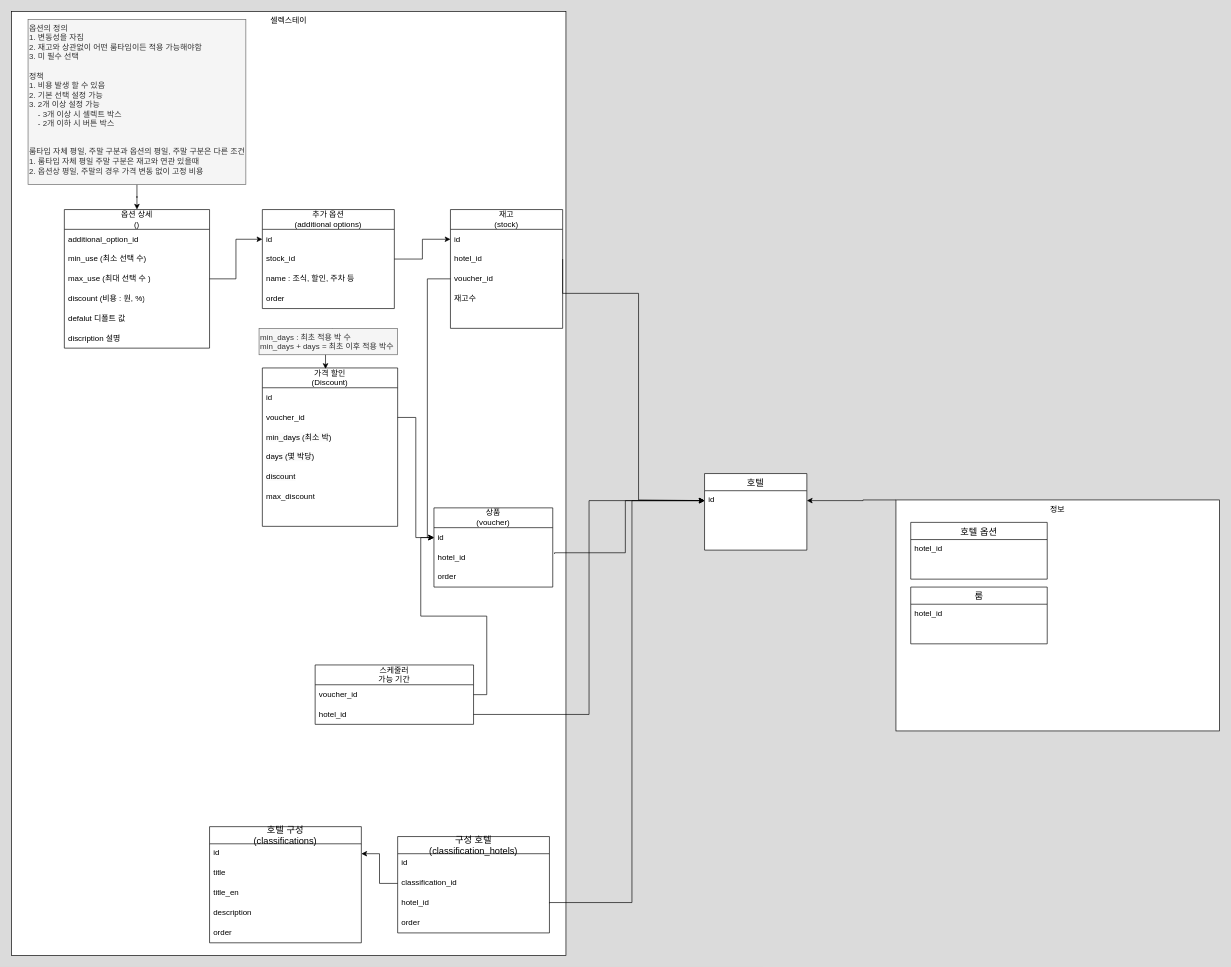
Earlier version of the draw.io diagram 1.drawio (zuiderzee7/draw). Source tidied: cells renumbered, new cells numbered last; positions are measured from the earlier drawing's top-left corner, leaving out a move shared by most shapes. Both pictures are drawn from the tidied source at 66%, with x=0, y=0 at pixel (11, 11).
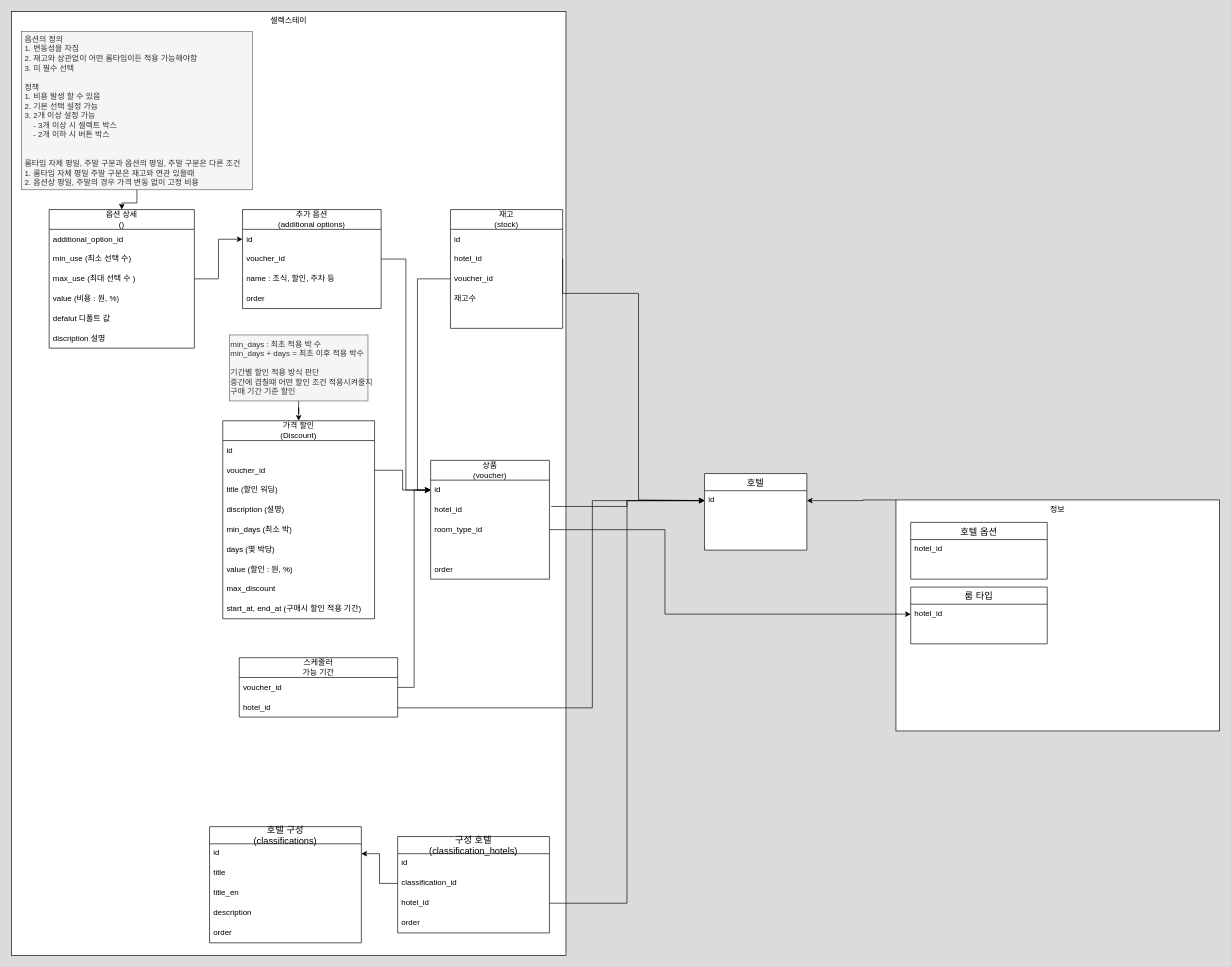
The same diagram, later.

Unchanged cells that the change refers to:
```xml
<mxCell id="4" value="id" style="text;strokeColor=none;fillColor=none;spacingLeft=4;spacingRight=4;overflow=hidden;points=[[0,0.5],[1,0.5]];portConstraint=eastwest;fontSize=12;" parent="3" vertex="1">
  <mxGeometry y="26" width="155" height="30" as="geometry" />
</mxCell>
<mxCell id="16" value="hotel_id" style="text;strokeColor=none;fillColor=none;spacingLeft=4;spacingRight=4;overflow=hidden;points=[[0,0.5],[1,0.5]];portConstraint=eastwest;fontSize=12;" parent="13" vertex="1">
  <mxGeometry y="86" width="230" height="30" as="geometry" />
</mxCell>
<mxCell id="27" value="id" style="text;strokeColor=none;fillColor=none;align=left;verticalAlign=middle;spacingLeft=4;spacingRight=4;overflow=hidden;points=[[0,0.5],[1,0.5]];portConstraint=eastwest;whiteSpace=wrap;html=1;" parent="26" vertex="1">
  <mxGeometry y="30" width="180" height="30" as="geometry" />
</mxCell>
<mxCell id="28" value="hotel_id" style="text;strokeColor=none;fillColor=none;align=left;verticalAlign=middle;spacingLeft=4;spacingRight=4;overflow=hidden;points=[[0,0.5],[1,0.5]];portConstraint=eastwest;whiteSpace=wrap;html=1;" parent="26" vertex="1">
  <mxGeometry y="60" width="180" height="30" as="geometry" />
</mxCell>
<mxCell id="40" value="id" style="text;strokeColor=none;fillColor=none;align=left;verticalAlign=middle;spacingLeft=4;spacingRight=4;overflow=hidden;points=[[0,0.5],[1,0.5]];portConstraint=eastwest;whiteSpace=wrap;html=1;" parent="39" vertex="1">
  <mxGeometry y="30" width="170" height="30" as="geometry" />
</mxCell>
<mxCell id="42" value="voucher_id" style="text;strokeColor=none;fillColor=none;align=left;verticalAlign=middle;spacingLeft=4;spacingRight=4;overflow=hidden;points=[[0,0.5],[1,0.5]];portConstraint=eastwest;whiteSpace=wrap;html=1;" parent="39" vertex="1">
  <mxGeometry y="90" width="170" height="30" as="geometry" />
</mxCell>
<mxCell id="50" style="group;" parent="1" vertex="1">
  <mxGeometry x="1362.4" y="872" width="206.8" height="86" as="geometry" />
</mxCell>
<mxCell id="52" value="hotel_id" style="text;strokeColor=none;fillColor=none;spacingLeft=4;spacingRight=4;overflow=hidden;points=[[0,0.5],[1,0.5]];portConstraint=eastwest;fontSize=12;" parent="50" vertex="1">
  <mxGeometry y="26" width="206.8" height="30" as="geometry" />
</mxCell>
<mxCell id="71" value="hotel_id" style="text;strokeColor=none;fillColor=none;align=left;verticalAlign=middle;spacingLeft=4;spacingRight=4;overflow=hidden;points=[[0,0.5],[1,0.5]];portConstraint=eastwest;whiteSpace=wrap;html=1;" parent="69" vertex="1">
  <mxGeometry y="60" width="240" height="30" as="geometry" />
</mxCell>
```

The edit, as a diff of the source:
```diff
@@
     <mxCell id="19" style="edgeStyle=orthogonalEdgeStyle;rounded=0;jettySize=auto;html=1;exitX=1;exitY=0.5;exitDx=0;exitDy=0;" parent="1" edge="1" source="16" target="4">
-      <mxGeometry relative="1" as="geometry">
-        <Array as="points">
-          <mxPoint x="815" y="1350" />
-          <mxPoint x="940" y="1350" />
-          <mxPoint x="940" y="741" />
-        </Array>
-      </mxGeometry>
+      <mxGeometry relative="1" as="geometry" />
     </mxCell>
@@
     <mxCell id="21" value="추가 옵션&lt;br&gt;(additional options)" style="swimlane;fontStyle=0;horizontal=1;startSize=30;whiteSpace=wrap;html=1;" parent="1" vertex="1">
-      <mxGeometry x="380" y="300" width="200" height="150" as="geometry" />
+      <mxGeometry x="350" y="300" width="210" height="150" as="geometry" />
     </mxCell>
     <mxCell id="22" value="id" style="text;strokeColor=none;fillColor=none;align=left;verticalAlign=middle;spacingLeft=4;spacingRight=4;overflow=hidden;points=[[0,0.5],[1,0.5]];portConstraint=eastwest;whiteSpace=wrap;html=1;" parent="21" vertex="1">
-      <mxGeometry y="30" width="200" height="30" as="geometry" />
+      <mxGeometry y="30" width="210" height="30" as="geometry" />
     </mxCell>
-    <mxCell id="23" value="stock_id" style="text;strokeColor=none;fillColor=none;align=left;verticalAlign=middle;spacingLeft=4;spacingRight=4;overflow=hidden;points=[[0,0.5],[1,0.5]];portConstraint=eastwest;whiteSpace=wrap;html=1;" parent="21" vertex="1">
-      <mxGeometry y="60" width="200" height="30" as="geometry" />
+    <mxCell id="23" value="voucher_id" style="text;strokeColor=none;fillColor=none;align=left;verticalAlign=middle;spacingLeft=4;spacingRight=4;overflow=hidden;points=[[0,0.5],[1,0.5]];portConstraint=eastwest;whiteSpace=wrap;html=1;" parent="21" vertex="1">
+      <mxGeometry y="60" width="210" height="30" as="geometry" />
     </mxCell>
     <mxCell id="24" value="name : 조식, 할인, 주차 등" style="text;strokeColor=none;fillColor=none;align=left;verticalAlign=middle;spacingLeft=4;spacingRight=4;overflow=hidden;whiteSpace=wrap;html=1;" parent="21" vertex="1">
-      <mxGeometry y="90" width="200" height="30" as="geometry" />
+      <mxGeometry y="90" width="210" height="30" as="geometry" />
     </mxCell>
     <mxCell id="25" value="order" style="text;strokeColor=none;fillColor=none;align=left;verticalAlign=middle;spacingLeft=4;spacingRight=4;overflow=hidden;whiteSpace=wrap;html=1;" parent="21" vertex="1">
-      <mxGeometry y="120" width="200" height="30" as="geometry" />
+      <mxGeometry y="120" width="210" height="30" as="geometry" />
     </mxCell>
     <mxCell id="26" value="상품&lt;br&gt;(voucher)" style="swimlane;fontStyle=0;horizontal=1;startSize=30;whiteSpace=wrap;html=1;" parent="1" vertex="1">
-      <mxGeometry x="640" y="752" width="180" height="120" as="geometry" />
+      <mxGeometry x="635" y="680" width="180" height="180" as="geometry" />
     </mxCell>
@@
+    <mxCell id="74" value="room_type_id" style="text;strokeColor=none;fillColor=none;align=left;verticalAlign=middle;spacingLeft=4;spacingRight=4;overflow=hidden;points=[[0,0.5],[1,0.5]];portConstraint=eastwest;whiteSpace=wrap;html=1;" parent="26" vertex="1">
+      <mxGeometry y="90" width="180" height="30" as="geometry" />
+    </mxCell>
+    <mxCell id="75" style="text;strokeColor=none;fillColor=none;align=left;verticalAlign=middle;spacingLeft=4;spacingRight=4;overflow=hidden;whiteSpace=wrap;html=1;" parent="26" vertex="1">
+      <mxGeometry y="120" width="180" height="30" as="geometry" />
+    </mxCell>
     <mxCell id="29" value="order" style="text;strokeColor=none;fillColor=none;align=left;verticalAlign=middle;spacingLeft=4;spacingRight=4;overflow=hidden;whiteSpace=wrap;html=1;" parent="26" vertex="1">
-      <mxGeometry y="90" width="180" height="30" as="geometry" />
+      <mxGeometry y="150" width="180" height="30" as="geometry" />
     </mxCell>
     <mxCell id="30" style="edgeStyle=orthogonalEdgeStyle;rounded=0;jettySize=auto;html=1;entryX=0;entryY=0.5;entryDx=0;entryDy=0;exitX=1.015;exitY=0.329;exitDx=0;exitDy=0;exitPerimeter=0;" parent="1" edge="1" source="28" target="4">
-      <mxGeometry relative="1" as="geometry">
-        <Array as="points">
-          <mxPoint x="823" y="820" />
-          <mxPoint x="930" y="820" />
-          <mxPoint x="930" y="741" />
-        </Array>
-      </mxGeometry>
+      <mxGeometry relative="1" as="geometry" />
     </mxCell>
@@
     <mxCell id="32" value="옵션 상세&lt;br&gt;()" style="swimlane;fontStyle=0;horizontal=1;startSize=30;whiteSpace=wrap;html=1;" parent="1" vertex="1">
-      <mxGeometry x="80" y="300" width="220" height="210" as="geometry" />
+      <mxGeometry x="57" y="300" width="220" height="210" as="geometry" />
     </mxCell>
@@
-    <mxCell id="36" value="discount (비용 : 원, %)" style="text;strokeColor=none;fillColor=none;align=left;verticalAlign=middle;spacingLeft=4;spacingRight=4;overflow=hidden;whiteSpace=wrap;html=1;" parent="32" vertex="1">
+    <mxCell id="36" value="value (비용 : 원, %)" style="text;strokeColor=none;fillColor=none;align=left;verticalAlign=middle;spacingLeft=4;spacingRight=4;overflow=hidden;whiteSpace=wrap;html=1;" parent="32" vertex="1">
       <mxGeometry y="120" width="220" height="30" as="geometry" />
     </mxCell>
@@
-    <mxCell id="51" value="룸" style="swimlane;fontStyle=0;horizontal=1;startSize=26;align=center;fontSize=14;flipH=1;" parent="50" vertex="1">
+    <mxCell id="51" value="룸 타입" style="swimlane;fontStyle=0;horizontal=1;startSize=26;align=center;fontSize=14;flipH=1;" parent="50" vertex="1">
       <mxGeometry width="206.8" height="86" as="geometry" />
     </mxCell>
@@
-    <mxCell id="54" style="edgeStyle=orthogonalEdgeStyle;rounded=0;jettySize=auto;html=1;" parent="1" edge="1" source="55" target="32">
-      <mxGeometry relative="1" as="geometry" />
-    </mxCell>
-    <mxCell id="55" value="&lt;div style=&quot;&quot;&gt;&lt;span style=&quot;&quot;&gt;옵션의 정의&lt;/span&gt;&lt;/div&gt;&lt;div style=&quot;&quot;&gt;&lt;span style=&quot;&quot;&gt;1. 변동성을 자짐&lt;/span&gt;&lt;/div&gt;&lt;div style=&quot;&quot;&gt;&lt;span style=&quot;&quot;&gt;2. 재고와 상관없이 어떤 룸타임이든 적용 가능해야함&lt;/span&gt;&lt;/div&gt;&lt;div style=&quot;&quot;&gt;3. 미 필수 선택&lt;br&gt;&lt;br&gt;정책&lt;/div&gt;&lt;div style=&quot;&quot;&gt;1. 비용 발생 할 수 있음&lt;/div&gt;&lt;div style=&quot;&quot;&gt;2. 기본 선택 설정 가능&lt;/div&gt;&lt;div style=&quot;&quot;&gt;3. 2개 이상 설정 가능&amp;nbsp;&lt;/div&gt;&lt;div style=&quot;&quot;&gt;&amp;nbsp; &amp;nbsp; - 3개 이상 시 셀렉트 박스&lt;/div&gt;&lt;div style=&quot;&quot;&gt;&amp;nbsp; &amp;nbsp; - 2개 이하 시 버튼 박스&lt;/div&gt;&lt;div style=&quot;&quot;&gt;&lt;br&gt;&lt;/div&gt;&lt;div style=&quot;&quot;&gt;&lt;br&gt;&lt;/div&gt;&lt;div style=&quot;&quot;&gt;룸타입 자체 평일, 주말 구분과 옵션의 평일, 주말 구분은 다른 조건&amp;nbsp;&lt;/div&gt;&lt;div style=&quot;&quot;&gt;1. 룸타입 자체 평일 주말 구분은 재고와 연관 있을때&lt;/div&gt;&lt;div style=&quot;&quot;&gt;2. 옵션상 평일, 주말의 경우 가격 변동 없이 고정 비용&lt;/div&gt;&lt;div style=&quot;&quot;&gt;&lt;br&gt;&lt;/div&gt;" style="text;strokeColor=#666666;fillColor=#f5f5f5;html=1;fontSize=12;fontStyle=0;verticalAlign=top;align=left;labelBackgroundColor=none;labelBorderColor=none;fontColor=#333333;" parent="1" vertex="1">
-      <mxGeometry x="25" y="12" width="330" height="250" as="geometry" />
-    </mxCell>
     <mxCell id="56" value="가격 할인&lt;br&gt;(Discount)" style="swimlane;fontStyle=0;horizontal=1;startSize=30;whiteSpace=wrap;html=1;" parent="1" vertex="1">
-      <mxGeometry x="380" y="540" width="205" height="240" as="geometry" />
+      <mxGeometry x="320" y="620" width="230" height="300" as="geometry" />
     </mxCell>
     <mxCell id="57" value="id" style="text;strokeColor=none;fillColor=none;align=left;verticalAlign=middle;spacingLeft=4;spacingRight=4;overflow=hidden;whiteSpace=wrap;html=1;" parent="56" vertex="1">
-      <mxGeometry y="30" width="205" height="30" as="geometry" />
+      <mxGeometry y="30" width="230" height="30" as="geometry" />
     </mxCell>
     <mxCell id="58" value="voucher_id" style="text;strokeColor=none;fillColor=none;align=left;verticalAlign=middle;spacingLeft=4;spacingRight=4;overflow=hidden;points=[[0,0.5],[1,0.5]];portConstraint=eastwest;whiteSpace=wrap;html=1;" parent="56" vertex="1">
-      <mxGeometry y="60" width="205" height="30" as="geometry" />
+      <mxGeometry y="60" width="230" height="30" as="geometry" />
     </mxCell>
+    <mxCell id="76" value="title (할인 워딩)" style="text;strokeColor=none;fillColor=none;align=left;verticalAlign=middle;spacingLeft=4;spacingRight=4;overflow=hidden;whiteSpace=wrap;html=1;" parent="56" vertex="1">
+      <mxGeometry y="90" width="230" height="30" as="geometry" />
+    </mxCell>
+    <mxCell id="77" value="discription (설명)&amp;nbsp;" style="text;strokeColor=none;fillColor=none;align=left;verticalAlign=middle;spacingLeft=4;spacingRight=4;overflow=hidden;whiteSpace=wrap;html=1;" parent="56" vertex="1">
+      <mxGeometry y="120" width="230" height="30" as="geometry" />
+    </mxCell>
     <mxCell id="59" value="&lt;span style=&quot;color: rgb(0, 0, 0); font-family: Helvetica; font-size: 12px; font-style: normal; font-variant-ligatures: normal; font-variant-caps: normal; font-weight: 400; letter-spacing: normal; orphans: 2; text-align: left; text-indent: 0px; text-transform: none; widows: 2; word-spacing: 0px; -webkit-text-stroke-width: 0px; background-color: rgb(251, 251, 251); text-decoration-thickness: initial; text-decoration-style: initial; text-decoration-color: initial; float: none; display: inline !important;&quot;&gt;min_days (최소 박)&lt;/span&gt;" style="text;strokeColor=none;fillColor=none;align=left;verticalAlign=middle;spacingLeft=4;spacingRight=4;overflow=hidden;whiteSpace=wrap;html=1;" parent="56" vertex="1">
-      <mxGeometry y="90" width="205" height="30" as="geometry" />
+      <mxGeometry y="150" width="230" height="30" as="geometry" />
     </mxCell>
     <mxCell id="60" value="&lt;span style=&quot;color: rgb(0, 0, 0); font-family: Helvetica; font-size: 12px; font-style: normal; font-variant-ligatures: normal; font-variant-caps: normal; font-weight: 400; letter-spacing: normal; orphans: 2; text-align: left; text-indent: 0px; text-transform: none; widows: 2; word-spacing: 0px; -webkit-text-stroke-width: 0px; background-color: rgb(251, 251, 251); text-decoration-thickness: initial; text-decoration-style: initial; text-decoration-color: initial; float: none; display: inline !important;&quot;&gt;days (몇 박당)&lt;/span&gt;" style="text;strokeColor=none;fillColor=none;align=left;verticalAlign=middle;spacingLeft=4;spacingRight=4;overflow=hidden;whiteSpace=wrap;html=1;" parent="56" vertex="1">
-      <mxGeometry y="120" width="205" height="30" as="geometry" />
+      <mxGeometry y="180" width="230" height="30" as="geometry" />
     </mxCell>
-    <mxCell id="61" value="&lt;span style=&quot;color: rgb(0, 0, 0); font-family: Helvetica; font-size: 12px; font-style: normal; font-variant-ligatures: normal; font-variant-caps: normal; font-weight: 400; letter-spacing: normal; orphans: 2; text-align: left; text-indent: 0px; text-transform: none; widows: 2; word-spacing: 0px; -webkit-text-stroke-width: 0px; background-color: rgb(251, 251, 251); text-decoration-thickness: initial; text-decoration-style: initial; text-decoration-color: initial; float: none; display: inline !important;&quot;&gt;discount&lt;/span&gt;" style="text;strokeColor=none;fillColor=none;align=left;verticalAlign=middle;spacingLeft=4;spacingRight=4;overflow=hidden;whiteSpace=wrap;html=1;" parent="56" vertex="1">
-      <mxGeometry y="150" width="205" height="30" as="geometry" />
+    <mxCell id="61" value="&lt;span style=&quot;color: rgb(0, 0, 0); font-family: Helvetica; font-size: 12px; font-style: normal; font-variant-ligatures: normal; font-variant-caps: normal; font-weight: 400; letter-spacing: normal; orphans: 2; text-align: left; text-indent: 0px; text-transform: none; widows: 2; word-spacing: 0px; -webkit-text-stroke-width: 0px; background-color: rgb(251, 251, 251); text-decoration-thickness: initial; text-decoration-style: initial; text-decoration-color: initial; float: none; display: inline !important;&quot;&gt;value (할인 : 원, %)&lt;/span&gt;" style="text;strokeColor=none;fillColor=none;align=left;verticalAlign=middle;spacingLeft=4;spacingRight=4;overflow=hidden;whiteSpace=wrap;html=1;" parent="56" vertex="1">
+      <mxGeometry y="210" width="230" height="30" as="geometry" />
     </mxCell>
     <mxCell id="62" value="max_discount" style="text;strokeColor=none;fillColor=none;align=left;verticalAlign=middle;spacingLeft=4;spacingRight=4;overflow=hidden;whiteSpace=wrap;html=1;" parent="56" vertex="1">
-      <mxGeometry y="180" width="205" height="30" as="geometry" />
+      <mxGeometry y="240" width="230" height="30" as="geometry" />
     </mxCell>
-    <mxCell id="63" style="text;strokeColor=none;fillColor=none;align=left;verticalAlign=middle;spacingLeft=4;spacingRight=4;overflow=hidden;whiteSpace=wrap;html=1;" parent="56" vertex="1">
-      <mxGeometry y="210" width="205" height="30" as="geometry" />
-    </mxCell>
+    <mxCell id="78" value="start_at, end_at (구매시 할인 적용 기간)" style="text;strokeColor=none;fillColor=none;align=left;verticalAlign=middle;spacingLeft=4;spacingRight=4;overflow=hidden;whiteSpace=wrap;html=1;" parent="56" vertex="1">
+      <mxGeometry y="270" width="230" height="30" as="geometry" />
+    </mxCell>
@@
-    <mxCell id="65" style="edgeStyle=orthogonalEdgeStyle;rounded=0;jettySize=auto;html=1;entryX=0.467;entryY=0.006;entryDx=0;entryDy=0;exitX=0.541;exitY=0.961;exitDx=0;exitDy=0;exitPerimeter=0;entryPerimeter=0;" parent="1" edge="1" target="56">
-      <mxGeometry relative="1" as="geometry">
-        <mxPoint x="486" y="480" as="sourcePoint" />
-      </mxGeometry>
-    </mxCell>
+    <mxCell id="79" style="edgeStyle=orthogonalEdgeStyle;rounded=0;jettySize=auto;html=1;entryX=0.5;entryY=0;entryDx=0;entryDy=0;" parent="1" edge="1" source="66" target="56">
+      <mxGeometry relative="1" as="geometry" />
+    </mxCell>
-    <mxCell id="66" value="min_days : 최초 적용 박 수&lt;br&gt;min_days + days = 최초 이후 적용 박수" style="text;strokeColor=#666666;fillColor=#f5f5f5;html=1;fontSize=12;fontStyle=0;verticalAlign=top;align=left;fontColor=#333333;" parent="1" vertex="1">
-      <mxGeometry x="375" y="480" width="210" height="40" as="geometry" />
+    <mxCell id="66" value="min_days : 최초 적용 박 수&lt;br&gt;min_days + days = 최초 이후 적용 박수&lt;br&gt;&lt;br&gt;기간별 할인 적용 방식 판단&lt;br&gt;중간에 겹칠떄 어떤 할인 조건 적용시켜줄지&lt;br&gt;구매 기간 기준 할인" style="text;strokeColor=#666666;fillColor=#f5f5f5;html=1;fontSize=12;fontStyle=0;verticalAlign=top;align=left;fontColor=#333333;" parent="1" vertex="1">
+      <mxGeometry x="330" y="490" width="210" height="100" as="geometry" />
     </mxCell>
-    <mxCell id="67" style="edgeStyle=orthogonalEdgeStyle;rounded=0;jettySize=auto;html=1;" parent="1" edge="1" source="23" target="40">
+    <mxCell id="67" style="edgeStyle=orthogonalEdgeStyle;rounded=0;jettySize=auto;html=1;" parent="1" edge="1" source="23" target="27">
       <mxGeometry relative="1" as="geometry" />
     </mxCell>
     <mxCell id="68" style="edgeStyle=orthogonalEdgeStyle;rounded=0;jettySize=auto;html=1;entryX=0;entryY=0.5;entryDx=0;entryDy=0;" parent="1" edge="1" source="42" target="27">
-      <mxGeometry relative="1" as="geometry">
-        <Array as="points">
-          <mxPoint x="630" y="405" />
-          <mxPoint x="630" y="797" />
-        </Array>
-      </mxGeometry>
+      <mxGeometry relative="1" as="geometry" />
     </mxCell>
     <mxCell id="69" value="스케줄러&lt;br&gt;가능 기간" style="swimlane;fontStyle=0;horizontal=1;startSize=30;whiteSpace=wrap;html=1;" parent="1" vertex="1">
-      <mxGeometry x="460" y="990" width="240" height="90" as="geometry" />
+      <mxGeometry x="345" y="979" width="240" height="90" as="geometry" />
     </mxCell>
@@
     <mxCell id="73" style="edgeStyle=orthogonalEdgeStyle;rounded=0;jettySize=auto;html=1;" parent="1" edge="1" source="71" target="4">
-      <mxGeometry relative="1" as="geometry" />
+      <mxGeometry relative="1" as="geometry">
+        <Array as="points">
+          <mxPoint x="880" y="1055" />
+          <mxPoint x="880" y="741" />
+        </Array>
+      </mxGeometry>
     </mxCell>
+    <mxCell id="54" style="edgeStyle=orthogonalEdgeStyle;rounded=0;jettySize=auto;html=1;" parent="1" edge="1" source="55" target="32">
+      <mxGeometry relative="1" as="geometry" />
+    </mxCell>
+    <mxCell id="55" value="&lt;h1&gt;&lt;div style=&quot;border-color: var(--border-color); font-size: 12px;&quot;&gt;&lt;span style=&quot;font-weight: normal;&quot;&gt;옵션의 정의&lt;/span&gt;&lt;/div&gt;&lt;div style=&quot;border-color: var(--border-color); font-size: 12px;&quot;&gt;&lt;span style=&quot;font-weight: normal;&quot;&gt;1. 변동성을 자짐&lt;/span&gt;&lt;/div&gt;&lt;div style=&quot;border-color: var(--border-color); font-size: 12px;&quot;&gt;&lt;span style=&quot;border-color: var(--border-color); font-weight: normal;&quot;&gt;2. 재고와 상관없이 어떤 룸타임이든 적용 가능해야함&lt;/span&gt;&lt;/div&gt;&lt;div style=&quot;border-color: var(--border-color); font-size: 12px;&quot;&gt;&lt;span style=&quot;font-weight: normal;&quot;&gt;3. 미 필수 선택&lt;br style=&quot;border-color: var(--border-color);&quot;&gt;&lt;br style=&quot;border-color: var(--border-color);&quot;&gt;정책&lt;/span&gt;&lt;/div&gt;&lt;div style=&quot;border-color: var(--border-color); font-size: 12px;&quot;&gt;&lt;span style=&quot;font-weight: normal;&quot;&gt;1. 비용 발생 할 수 있음&lt;/span&gt;&lt;/div&gt;&lt;div style=&quot;border-color: var(--border-color); font-size: 12px;&quot;&gt;&lt;span style=&quot;font-weight: normal;&quot;&gt;2. 기본 선택 설정 가능&lt;/span&gt;&lt;/div&gt;&lt;div style=&quot;border-color: var(--border-color); font-size: 12px;&quot;&gt;&lt;span style=&quot;font-weight: normal;&quot;&gt;3. 2개 이상 설정 가능&amp;nbsp;&lt;/span&gt;&lt;/div&gt;&lt;div style=&quot;border-color: var(--border-color); font-size: 12px;&quot;&gt;&lt;span style=&quot;font-weight: normal;&quot;&gt;&amp;nbsp; &amp;nbsp; - 3개 이상 시 셀렉트 박스&lt;/span&gt;&lt;/div&gt;&lt;div style=&quot;border-color: var(--border-color); font-size: 12px;&quot;&gt;&lt;span style=&quot;font-weight: normal;&quot;&gt;&amp;nbsp; &amp;nbsp; - 2개 이하 시 버튼 박스&lt;/span&gt;&lt;/div&gt;&lt;div style=&quot;border-color: var(--border-color); font-size: 12px;&quot;&gt;&lt;span style=&quot;font-weight: normal;&quot;&gt;&lt;br style=&quot;border-color: var(--border-color);&quot;&gt;&lt;/span&gt;&lt;/div&gt;&lt;div style=&quot;border-color: var(--border-color); font-size: 12px;&quot;&gt;&lt;span style=&quot;font-weight: normal;&quot;&gt;&lt;br style=&quot;border-color: var(--border-color);&quot;&gt;&lt;/span&gt;&lt;/div&gt;&lt;div style=&quot;border-color: var(--border-color); font-size: 12px;&quot;&gt;&lt;span style=&quot;font-weight: normal;&quot;&gt;룸타입 자체 평일, 주말 구분과 옵션의 평일, 주말 구분은 다른 조건&amp;nbsp;&lt;/span&gt;&lt;/div&gt;&lt;div style=&quot;border-color: var(--border-color); font-size: 12px;&quot;&gt;&lt;span style=&quot;font-weight: normal;&quot;&gt;1. 룸타입 자체 평일 주말 구분은 재고와 연관 있을때&lt;/span&gt;&lt;/div&gt;&lt;div style=&quot;border-color: var(--border-color); font-size: 12px;&quot;&gt;&lt;span style=&quot;font-weight: normal;&quot;&gt;2. 옵션상 평일, 주말의 경우 가격 변동 없이 고정 비용&lt;/span&gt;&lt;/div&gt;&lt;div style=&quot;border-color: var(--border-color); font-size: 12px;&quot;&gt;&lt;br style=&quot;border-color: var(--border-color); font-size: 12px; color: rgb(51, 51, 51);&quot;&gt;&lt;/div&gt;&lt;/h1&gt;" style="text;html=1;strokeColor=#666666;fillColor=#f5f5f5;spacing=5;spacingTop=-20;whiteSpace=wrap;overflow=hidden;rounded=0;fontStyle=0;fontColor=#333333;" parent="1" vertex="1">
+      <mxGeometry x="15" y="30" width="350" height="240" as="geometry" />
+    </mxCell>
+    <mxCell id="80" style="edgeStyle=orthogonalEdgeStyle;rounded=0;jettySize=auto;html=1;" parent="1" edge="1" source="74" target="52">
+      <mxGeometry relative="1" as="geometry">
+        <Array as="points">
+          <mxPoint x="990" y="785" />
+          <mxPoint x="990" y="913" />
+        </Array>
+      </mxGeometry>
+    </mxCell>
```
